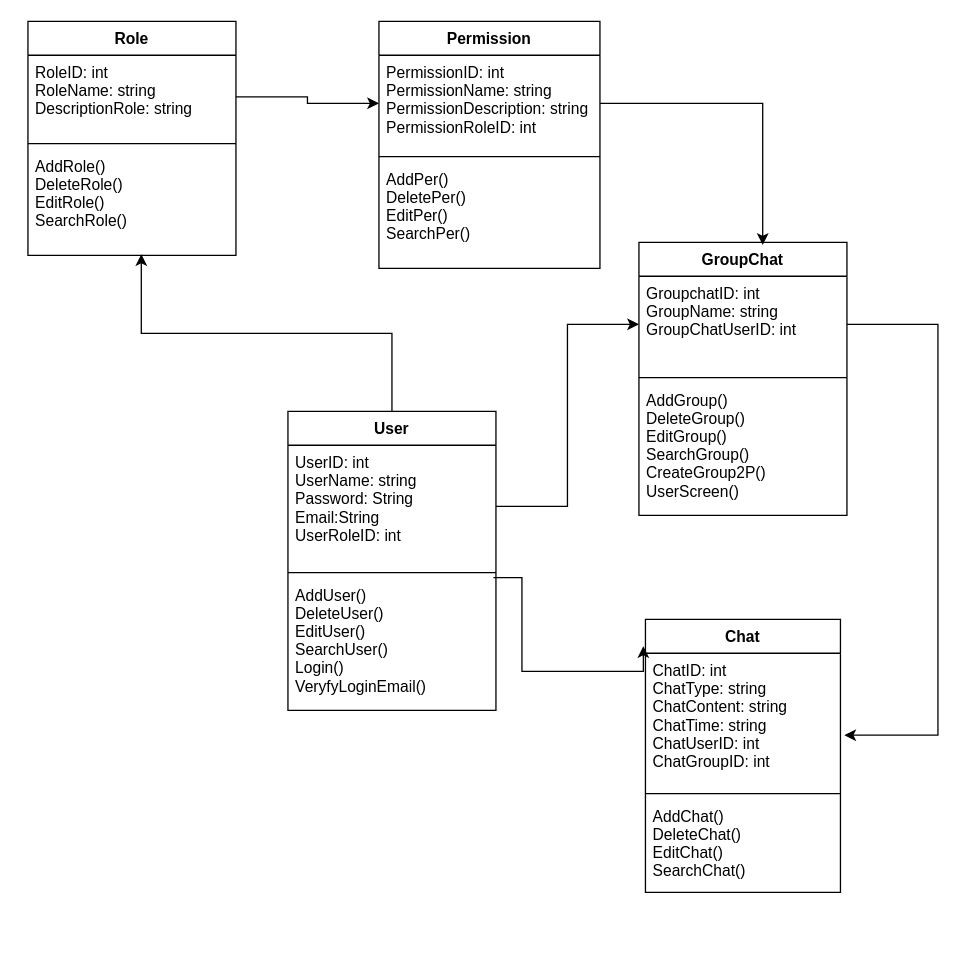
The draw.io diagram documents/ClassDiagram.drawio in tripham208/BO_CNPM, before the edit. Source tidied: cells renumbered, new cells numbered last; positions are measured from the earlier drawing's top-left corner, leaving out a move shared by most shapes. Both pictures are drawn from the tidied source at 130%, with x=0, y=0 at pixel (27, 21).
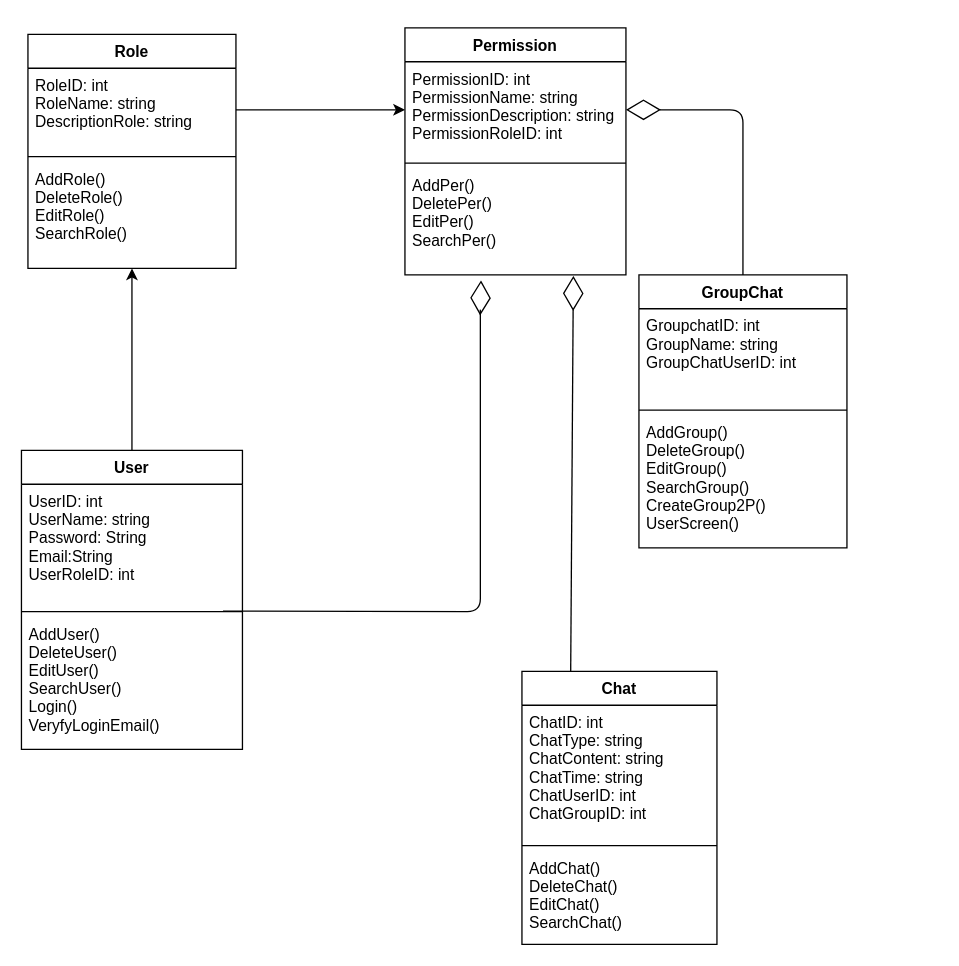
Above is the later version.

Unchanged cells that the change refers to:
```xml
<mxCell id="10" value="AddRole()&#10;DeleteRole()&#10;EditRole()&#10;SearchRole()" style="text;strokeColor=none;fillColor=none;align=left;verticalAlign=top;spacingLeft=4;spacingRight=4;overflow=hidden;points=[[0,0.5],[1,0.5]];portConstraint=eastwest;" parent="7" vertex="1">
  <mxGeometry y="98" width="160" height="82" as="geometry" />
</mxCell>
<mxCell id="12" value="PermissionID: int&#10;PermissionName: string&#10;PermissionDescription: string&#10;PermissionRoleID: int" style="text;strokeColor=none;fillColor=none;align=left;verticalAlign=top;spacingLeft=4;spacingRight=4;overflow=hidden;points=[[0,0.5],[1,0.5]];portConstraint=eastwest;" parent="11" vertex="1">
  <mxGeometry y="26" width="170" height="74" as="geometry" />
</mxCell>
<mxCell id="14" value="AddPer()&#10;DeletePer()&#10;EditPer()&#10;SearchPer()" style="text;strokeColor=none;fillColor=none;align=left;verticalAlign=top;spacingLeft=4;spacingRight=4;overflow=hidden;points=[[0,0.5],[1,0.5]];portConstraint=eastwest;" parent="11" vertex="1">
  <mxGeometry y="108" width="170" height="82" as="geometry" />
</mxCell>
<mxCell id="20" value="GroupchatID: int&#10;GroupName: string&#10;GroupChatUserID: int" style="text;strokeColor=none;fillColor=none;align=left;verticalAlign=top;spacingLeft=4;spacingRight=4;overflow=hidden;points=[[0,0.5],[1,0.5]];portConstraint=eastwest;" parent="19" vertex="1">
  <mxGeometry y="26" width="160" height="74" as="geometry" />
</mxCell>
```

The edit, as a diff of the source:
```diff
@@
-    <mxCell id="2" style="edgeStyle=orthogonalEdgeStyle;rounded=0;jettySize=auto;html=1;entryX=0.545;entryY=0.988;entryDx=0;entryDy=0;entryPerimeter=0;" parent="1" edge="1" source="3" target="10">
-      <mxGeometry relative="1" as="geometry" />
-    </mxCell>
+    <mxCell id="28" style="edgeStyle=orthogonalEdgeStyle;rounded=0;jettySize=auto;html=1;" parent="1" edge="1" source="3">
+      <mxGeometry relative="1" as="geometry">
+        <mxPoint x="80" y="190" as="targetPoint" />
+      </mxGeometry>
+    </mxCell>
     <mxCell id="3" value="User" style="swimlane;fontStyle=1;align=center;verticalAlign=top;horizontal=1;startSize=26;" parent="1" vertex="1">
-      <mxGeometry x="200" y="300" width="160" height="230" as="geometry" />
+      <mxGeometry x="-5" y="330" width="170" height="230" as="geometry" />
     </mxCell>
     <mxCell id="4" value="UserID: int&#10;UserName: string&#10;Password: String&#10;Email:String&#10;UserRoleID: int" style="text;strokeColor=none;fillColor=none;align=left;verticalAlign=top;spacingLeft=4;spacingRight=4;overflow=hidden;points=[[0,0.5],[1,0.5]];portConstraint=eastwest;" parent="3" vertex="1">
-      <mxGeometry y="26" width="160" height="94" as="geometry" />
+      <mxGeometry y="26" width="170" height="94" as="geometry" />
     </mxCell>
     <mxCell id="5" style="line;strokeWidth=1;fillColor=none;align=left;verticalAlign=middle;spacingTop=-1;spacingLeft=3;spacingRight=3;labelPosition=right;points=[];portConstraint=eastwest;" parent="3" vertex="1">
-      <mxGeometry y="120" width="160" height="8" as="geometry" />
+      <mxGeometry y="120" width="170" height="8" as="geometry" />
     </mxCell>
     <mxCell id="6" value="AddUser()&#10;DeleteUser()&#10;EditUser()&#10;SearchUser()&#10;Login()&#10;VeryfyLoginEmail()&#10;" style="text;strokeColor=none;fillColor=none;align=left;verticalAlign=top;spacingLeft=4;spacingRight=4;overflow=hidden;points=[[0,0.5],[1,0.5]];portConstraint=eastwest;" parent="3" vertex="1">
-      <mxGeometry y="128" width="160" height="102" as="geometry" />
+      <mxGeometry y="128" width="170" height="102" as="geometry" />
     </mxCell>
     <mxCell id="7" value="Role" style="swimlane;fontStyle=1;align=center;verticalAlign=top;horizontal=1;startSize=26;" parent="1" vertex="1">
-      <mxGeometry width="160" height="180" as="geometry" />
+      <mxGeometry y="10" width="160" height="180" as="geometry" />
     </mxCell>
@@
     <mxCell id="11" value="Permission" style="swimlane;fontStyle=1;align=center;verticalAlign=top;horizontal=1;startSize=26;" parent="1" vertex="1">
-      <mxGeometry x="270" width="170" height="190" as="geometry" />
+      <mxGeometry x="290" y="5" width="170" height="190" as="geometry" />
     </mxCell>
@@
     <mxCell id="15" value="Chat" style="swimlane;fontStyle=1;align=center;verticalAlign=top;horizontal=1;startSize=26;" parent="1" vertex="1">
-      <mxGeometry x="475" y="460" width="150" height="210" as="geometry" />
+      <mxGeometry x="380" y="500" width="150" height="210" as="geometry" />
     </mxCell>
@@
     <mxCell id="19" value="GroupChat" style="swimlane;fontStyle=1;align=center;verticalAlign=top;horizontal=1;startSize=26;" parent="1" vertex="1">
-      <mxGeometry x="470" y="170" width="160" height="210" as="geometry" />
+      <mxGeometry x="470" y="195" width="160" height="210" as="geometry" />
     </mxCell>
@@
-    <mxCell id="24" style="edgeStyle=orthogonalEdgeStyle;rounded=0;jettySize=auto;html=1;entryX=0;entryY=0.5;entryDx=0;entryDy=0;" parent="1" edge="1" source="4" target="20">
-      <mxGeometry relative="1" as="geometry" />
-    </mxCell>
-    <mxCell id="25" style="edgeStyle=orthogonalEdgeStyle;rounded=0;jettySize=auto;html=1;entryX=-0.011;entryY=0.098;entryDx=0;entryDy=0;entryPerimeter=0;exitX=0.988;exitY=-0.002;exitDx=0;exitDy=0;exitPerimeter=0;" parent="1" edge="1" source="6" target="15">
-      <mxGeometry relative="1" as="geometry">
-        <Array as="points">
-          <mxPoint x="380" y="428" />
-          <mxPoint x="380" y="500" />
-          <mxPoint x="473" y="500" />
-        </Array>
-      </mxGeometry>
-    </mxCell>
-    <mxCell id="26" style="edgeStyle=orthogonalEdgeStyle;rounded=0;jettySize=auto;html=1;" parent="1" edge="1" source="20">
-      <mxGeometry relative="1" as="geometry">
-        <mxPoint x="628" y="549" as="targetPoint" />
-        <Array as="points">
-          <mxPoint x="700" y="233" />
-          <mxPoint x="700" y="549" />
-        </Array>
-      </mxGeometry>
-    </mxCell>
-    <mxCell id="27" style="edgeStyle=orthogonalEdgeStyle;rounded=0;jettySize=auto;html=1;entryX=0.595;entryY=0.009;entryDx=0;entryDy=0;entryPerimeter=0;" parent="1" edge="1" source="12" target="19">
-      <mxGeometry relative="1" as="geometry" />
-    </mxCell>
+    <mxCell id="29" style="endArrow=diamondThin;endFill=0;endSize=24;html=1;entryX=1;entryY=0.5;entryDx=0;entryDy=0;exitX=0.5;exitY=0;exitDx=0;exitDy=0;" parent="1" edge="1" source="19" target="12">
+      <mxGeometry relative="1" as="geometry">
+        <Array as="points">
+          <mxPoint x="550" y="68" />
+        </Array>
+      </mxGeometry>
+    </mxCell>
+    <mxCell id="30" style="endArrow=diamondThin;endFill=0;endSize=24;html=1;exitX=0.912;exitY=0.446;exitDx=0;exitDy=0;exitPerimeter=0;entryX=0.344;entryY=1.051;entryDx=0;entryDy=0;entryPerimeter=0;" parent="1" edge="1" source="5" target="14">
+      <mxGeometry relative="1" as="geometry">
+        <Array as="points">
+          <mxPoint x="348" y="454" />
+          <mxPoint x="348" y="220" />
+        </Array>
+      </mxGeometry>
+    </mxCell>
+    <mxCell id="31" style="endArrow=diamondThin;endFill=0;endSize=24;html=1;entryX=0.762;entryY=1.009;entryDx=0;entryDy=0;entryPerimeter=0;exitX=0.25;exitY=0;exitDx=0;exitDy=0;" parent="1" edge="1" source="15" target="14">
+      <mxGeometry relative="1" as="geometry" />
+    </mxCell>
```
